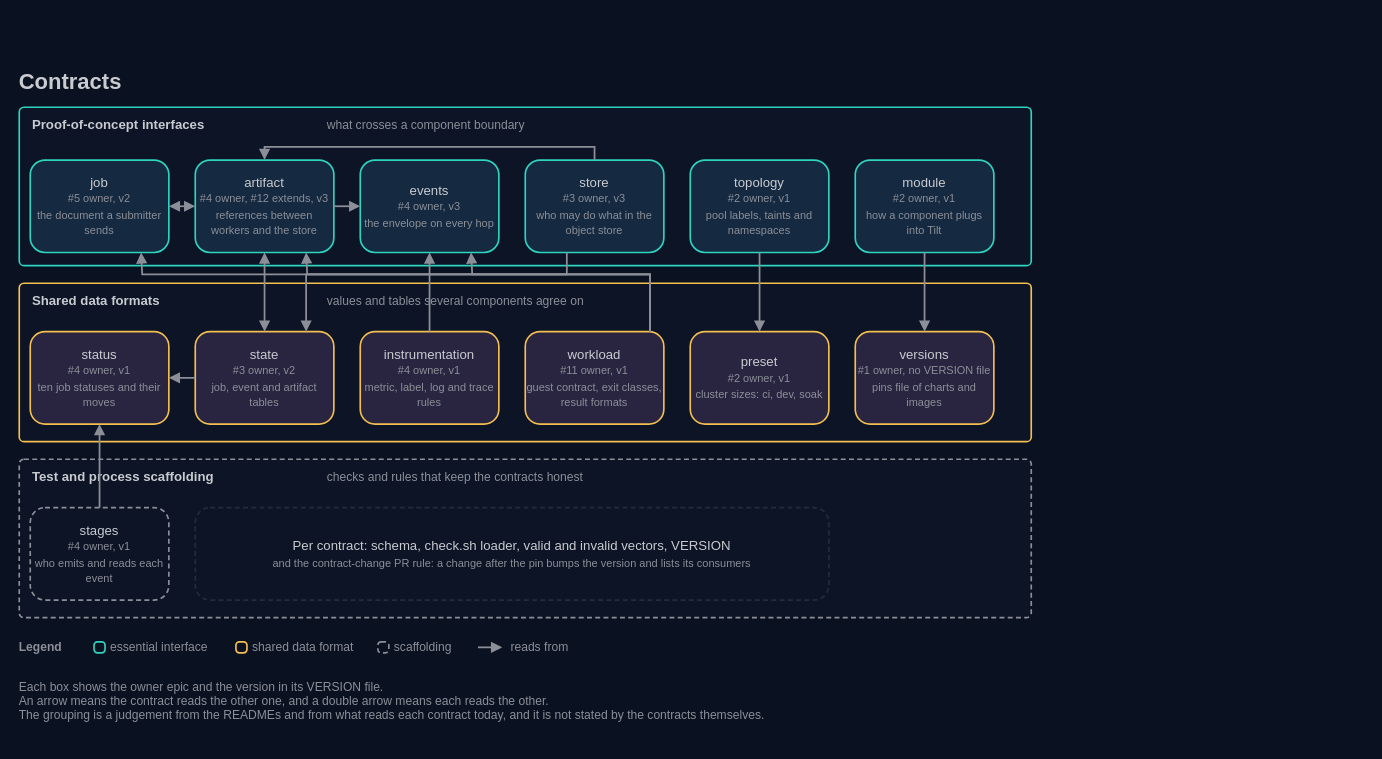
AndoNorth/wasm-dag-forge keeps this draw.io diagram as docs/architecture/15-contracts.drawio. Above is the earlier version. Source tidied: cells renumbered, new cells numbered last; positions are measured from the earlier drawing's top-left corner, leaving out a move shared by most shapes. Both pictures are drawn from the tidied source at 110%, with x=0, y=0 at pixel (19, 63).
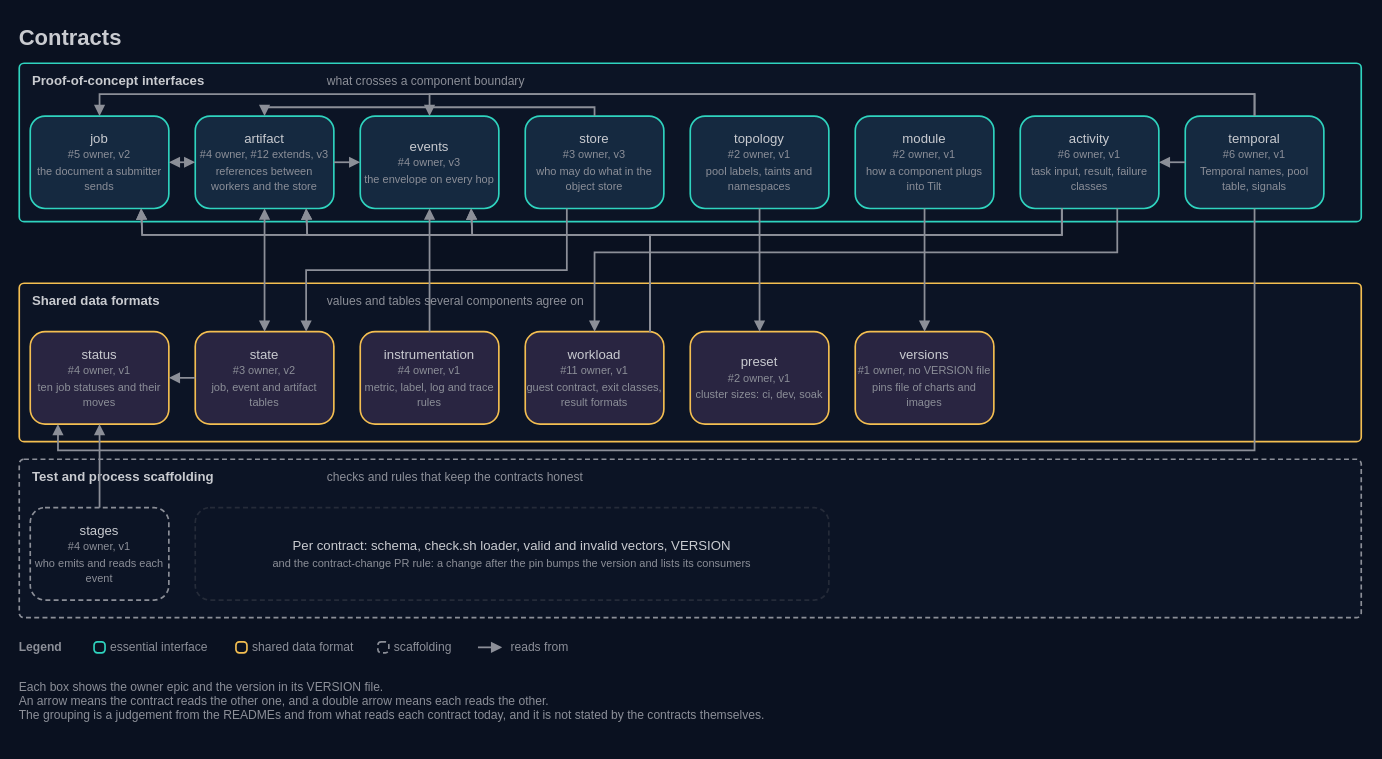
The same page after the edit.

The change refers to these unchanged cells:
```xml
<mxCell id="18" value="status&lt;br&gt;&lt;font color=&quot;#8c8f98&quot; style=&quot;font-size:10px&quot;&gt;#4 owner, v1&lt;br&gt;ten job statuses and their moves&lt;/font&gt;" style="rounded=1;arcSize=16;html=1;whiteSpace=wrap;fillColor=#292541;strokeColor=#f4bf51;strokeWidth=1.5;fontColor=#c9cbd0;fontSize=12;fontFamily=IBM Plex Sans;align=center;verticalAlign=middle;" parent="1" vertex="1">
  <mxGeometry x="10" y="244" width="126" height="84" as="geometry" />
</mxCell>
<mxCell id="19" value="state&lt;br&gt;&lt;font color=&quot;#8c8f98&quot; style=&quot;font-size:10px&quot;&gt;#3 owner, v2&lt;br&gt;job, event and artifact tables&lt;/font&gt;" style="rounded=1;arcSize=16;html=1;whiteSpace=wrap;fillColor=#292541;strokeColor=#f4bf51;strokeWidth=1.5;fontColor=#c9cbd0;fontSize=12;fontFamily=IBM Plex Sans;align=center;verticalAlign=middle;" parent="1" vertex="1">
  <mxGeometry x="160" y="244" width="126" height="84" as="geometry" />
</mxCell>
<mxCell id="25" value="workload&lt;br&gt;&lt;font color=&quot;#8c8f98&quot; style=&quot;font-size:10px&quot;&gt;#11 owner, v1&lt;br&gt;guest contract, exit classes, result formats&lt;/font&gt;" style="rounded=1;arcSize=16;html=1;whiteSpace=wrap;fillColor=#292541;strokeColor=#f4bf51;strokeWidth=1.5;fontColor=#c9cbd0;fontSize=12;fontFamily=IBM Plex Sans;align=center;verticalAlign=middle;" parent="1" vertex="1">
  <mxGeometry x="460" y="244" width="126" height="84" as="geometry" />
</mxCell>
```

Change to the diagram source:
```diff
@@
     <mxCell id="2" value="Contracts" style="text;html=1;strokeColor=none;fillColor=none;align=left;verticalAlign=middle;whiteSpace=nowrap;fontColor=#c9cbd0;fontSize=20;fontStyle=1;fontFamily=IBM Plex Sans;spacing=0;" parent="1" vertex="1">
-      <mxGeometry width="920" height="32" as="geometry" />
+      <mxGeometry y="-40" width="1220" height="32" as="geometry" />
     </mxCell>
     <mxCell id="3" style="rounded=1;arcSize=3;html=1;whiteSpace=wrap;fillColor=#0c1425;strokeColor=#2fd4bf;strokeWidth=1.5;fontColor=#c9cbd0;fontSize=12;fontFamily=IBM Plex Sans;verticalAlign=top;align=left;" parent="1" vertex="1">
-      <mxGeometry y="40" width="920" height="144" as="geometry" />
+      <mxGeometry width="1220" height="144" as="geometry" />
     </mxCell>
     <mxCell id="4" value="Proof-of-concept interfaces" style="text;html=1;strokeColor=none;fillColor=none;align=left;verticalAlign=middle;whiteSpace=nowrap;fontColor=#c9cbd0;fontSize=12;fontStyle=1;fontFamily=IBM Plex Sans;spacing=0;" parent="1" vertex="1">
-      <mxGeometry x="12" y="46" width="500" height="20" as="geometry" />
+      <mxGeometry x="12" y="6" width="500" height="20" as="geometry" />
     </mxCell>
     <mxCell id="5" value="what crosses a component boundary" style="text;html=1;strokeColor=none;fillColor=none;align=left;verticalAlign=middle;whiteSpace=nowrap;fontColor=#8c8f98;fontSize=11;fontFamily=IBM Plex Sans;spacing=0;" parent="1" vertex="1">
-      <mxGeometry x="280" y="46" width="400" height="20" as="geometry" />
+      <mxGeometry x="280" y="6" width="400" height="20" as="geometry" />
     </mxCell>
     <mxCell id="6" style="rounded=1;arcSize=3;html=1;whiteSpace=wrap;fillColor=#0c1425;strokeColor=#f4bf51;strokeWidth=1.5;fontColor=#c9cbd0;fontSize=12;fontFamily=IBM Plex Sans;verticalAlign=top;align=left;" parent="1" vertex="1">
-      <mxGeometry y="200" width="920" height="144" as="geometry" />
+      <mxGeometry y="200" width="1220" height="144" as="geometry" />
     </mxCell>
@@
     <mxCell id="9" style="rounded=1;arcSize=3;html=1;whiteSpace=wrap;fillColor=#0c1425;strokeColor=#8c8f98;strokeWidth=1.5;dashed=1;dashPattern=3 2;fontColor=#c9cbd0;fontSize=12;fontFamily=IBM Plex Sans;verticalAlign=top;align=left;" parent="1" vertex="1">
-      <mxGeometry y="360" width="920" height="144" as="geometry" />
+      <mxGeometry y="360" width="1220" height="144" as="geometry" />
     </mxCell>
@@
     <mxCell id="12" value="job&lt;br&gt;&lt;font color=&quot;#8c8f98&quot; style=&quot;font-size:10px&quot;&gt;#5 owner, v2&lt;br&gt;the document a submitter sends&lt;/font&gt;" style="rounded=1;arcSize=16;html=1;whiteSpace=wrap;fillColor=#152940;strokeColor=#2fd4bf;strokeWidth=1.5;fontColor=#c9cbd0;fontSize=12;fontFamily=IBM Plex Sans;align=center;verticalAlign=middle;" parent="1" vertex="1">
-      <mxGeometry x="10" y="88" width="126" height="84" as="geometry" />
+      <mxGeometry x="10" y="48" width="126" height="84" as="geometry" />
     </mxCell>
+    <mxCell id="49" value="activity&lt;br&gt;&lt;font color=&quot;#8c8f98&quot; style=&quot;font-size:10px&quot;&gt;#6 owner, v1&lt;br&gt;task input, result, failure classes&lt;/font&gt;" style="rounded=1;arcSize=16;html=1;whiteSpace=wrap;fillColor=#152940;strokeColor=#2fd4bf;strokeWidth=1.5;fontColor=#c9cbd0;fontSize=12;fontFamily=IBM Plex Sans;align=center;verticalAlign=middle;" parent="1" vertex="1">
+      <mxGeometry x="910" y="48" width="126" height="84" as="geometry" />
+    </mxCell>
+    <mxCell id="50" value="temporal&lt;br&gt;&lt;font color=&quot;#8c8f98&quot; style=&quot;font-size:10px&quot;&gt;#6 owner, v1&lt;br&gt;Temporal names, pool table, signals&lt;/font&gt;" style="rounded=1;arcSize=16;html=1;whiteSpace=wrap;fillColor=#152940;strokeColor=#2fd4bf;strokeWidth=1.5;fontColor=#c9cbd0;fontSize=12;fontFamily=IBM Plex Sans;align=center;verticalAlign=middle;" parent="1" vertex="1">
+      <mxGeometry x="1060" y="48" width="126" height="84" as="geometry" />
+    </mxCell>
     <mxCell id="13" value="artifact&lt;br&gt;&lt;font color=&quot;#8c8f98&quot; style=&quot;font-size:10px&quot;&gt;#4 owner, #12 extends, v3&lt;br&gt;references between workers and the store&lt;/font&gt;" style="rounded=1;arcSize=16;html=1;whiteSpace=wrap;fillColor=#152940;strokeColor=#2fd4bf;strokeWidth=1.5;fontColor=#c9cbd0;fontSize=12;fontFamily=IBM Plex Sans;align=center;verticalAlign=middle;" parent="1" vertex="1">
-      <mxGeometry x="160" y="88" width="126" height="84" as="geometry" />
+      <mxGeometry x="160" y="48" width="126" height="84" as="geometry" />
     </mxCell>
     <mxCell id="14" value="events&lt;br&gt;&lt;font color=&quot;#8c8f98&quot; style=&quot;font-size:10px&quot;&gt;#4 owner, v3&lt;br&gt;the envelope on every hop&lt;/font&gt;" style="rounded=1;arcSize=16;html=1;whiteSpace=wrap;fillColor=#152940;strokeColor=#2fd4bf;strokeWidth=1.5;fontColor=#c9cbd0;fontSize=12;fontFamily=IBM Plex Sans;align=center;verticalAlign=middle;" parent="1" vertex="1">
-      <mxGeometry x="310" y="88" width="126" height="84" as="geometry" />
+      <mxGeometry x="310" y="48" width="126" height="84" as="geometry" />
     </mxCell>
     <mxCell id="15" value="store&lt;br&gt;&lt;font color=&quot;#8c8f98&quot; style=&quot;font-size:10px&quot;&gt;#3 owner, v3&lt;br&gt;who may do what in the object store&lt;/font&gt;" style="rounded=1;arcSize=16;html=1;whiteSpace=wrap;fillColor=#152940;strokeColor=#2fd4bf;strokeWidth=1.5;fontColor=#c9cbd0;fontSize=12;fontFamily=IBM Plex Sans;align=center;verticalAlign=middle;" parent="1" vertex="1">
-      <mxGeometry x="460" y="88" width="126" height="84" as="geometry" />
+      <mxGeometry x="460" y="48" width="126" height="84" as="geometry" />
     </mxCell>
     <mxCell id="16" value="topology&lt;br&gt;&lt;font color=&quot;#8c8f98&quot; style=&quot;font-size:10px&quot;&gt;#2 owner, v1&lt;br&gt;pool labels, taints and namespaces&lt;/font&gt;" style="rounded=1;arcSize=16;html=1;whiteSpace=wrap;fillColor=#152940;strokeColor=#2fd4bf;strokeWidth=1.5;fontColor=#c9cbd0;fontSize=12;fontFamily=IBM Plex Sans;align=center;verticalAlign=middle;" parent="1" vertex="1">
-      <mxGeometry x="610" y="88" width="126" height="84" as="geometry" />
+      <mxGeometry x="610" y="48" width="126" height="84" as="geometry" />
     </mxCell>
     <mxCell id="17" value="module&lt;br&gt;&lt;font color=&quot;#8c8f98&quot; style=&quot;font-size:10px&quot;&gt;#2 owner, v1&lt;br&gt;how a component plugs into Tilt&lt;/font&gt;" style="rounded=1;arcSize=16;html=1;whiteSpace=wrap;fillColor=#152940;strokeColor=#2fd4bf;strokeWidth=1.5;fontColor=#c9cbd0;fontSize=12;fontFamily=IBM Plex Sans;align=center;verticalAlign=middle;" parent="1" vertex="1">
-      <mxGeometry x="760" y="88" width="126" height="84" as="geometry" />
+      <mxGeometry x="760" y="48" width="126" height="84" as="geometry" />
     </mxCell>
@@
     <mxCell id="26" style="endArrow=block;endFill=1;startArrow=none;startFill=1;html=1;rounded=0;strokeColor=#8c8f98;strokeWidth=1.6;exitX=0.9;exitY=0;exitDx=0;exitDy=0;entryX=0.8;entryY=1;entryDx=0;entryDy=0;" parent="1" edge="1" source="25" target="14">
       <mxGeometry relative="1" as="geometry">
         <Array as="points">
-          <mxPoint x="573.4" y="192" />
-          <mxPoint x="411.8" y="192" />
+          <mxPoint x="573.4" y="156" />
+          <mxPoint x="411.8" y="156" />
         </Array>
       </mxGeometry>
     </mxCell>
     <mxCell id="27" style="endArrow=block;endFill=1;startArrow=none;startFill=1;html=1;rounded=0;strokeColor=#8c8f98;strokeWidth=1.6;exitX=0.9;exitY=0;exitDx=0;exitDy=0;entryX=0.8;entryY=1;entryDx=0;entryDy=0;" parent="1" edge="1" source="25" target="13">
       <mxGeometry relative="1" as="geometry">
         <Array as="points">
-          <mxPoint x="573.4" y="192" />
-          <mxPoint x="261.8" y="192" />
+          <mxPoint x="573.4" y="156" />
+          <mxPoint x="261.8" y="156" />
         </Array>
       </mxGeometry>
     </mxCell>
     <mxCell id="28" style="endArrow=block;endFill=1;startArrow=none;startFill=1;html=1;rounded=0;strokeColor=#8c8f98;strokeWidth=1.6;exitX=0.9;exitY=0;exitDx=0;exitDy=0;entryX=0.8;entryY=1;entryDx=0;entryDy=0;" parent="1" edge="1" source="25" target="12">
       <mxGeometry relative="1" as="geometry">
         <Array as="points">
-          <mxPoint x="573.4" y="192" />
-          <mxPoint x="111.8" y="192" />
+          <mxPoint x="573.4" y="156" />
+          <mxPoint x="111.8" y="156" />
         </Array>
       </mxGeometry>
     </mxCell>
+    <mxCell id="51" style="endArrow=block;endFill=1;startArrow=none;startFill=1;html=1;rounded=0;strokeColor=#8c8f98;strokeWidth=1.6;exitX=0.3;exitY=1;exitDx=0;exitDy=0;entryX=0.8;entryY=1;entryDx=0;entryDy=0;" parent="1" edge="1" source="49" target="14">
+      <mxGeometry relative="1" as="geometry">
+        <Array as="points">
+          <mxPoint x="947.8" y="156" />
+          <mxPoint x="411.8" y="156" />
+        </Array>
+      </mxGeometry>
+    </mxCell>
+    <mxCell id="52" style="endArrow=block;endFill=1;startArrow=none;startFill=1;html=1;rounded=0;strokeColor=#8c8f98;strokeWidth=1.6;exitX=0.3;exitY=1;exitDx=0;exitDy=0;entryX=0.8;entryY=1;entryDx=0;entryDy=0;" parent="1" edge="1" source="49" target="13">
+      <mxGeometry relative="1" as="geometry">
+        <Array as="points">
+          <mxPoint x="947.8" y="156" />
+          <mxPoint x="261.8" y="156" />
+        </Array>
+      </mxGeometry>
+    </mxCell>
+    <mxCell id="53" style="endArrow=block;endFill=1;startArrow=none;startFill=1;html=1;rounded=0;strokeColor=#8c8f98;strokeWidth=1.6;exitX=0.3;exitY=1;exitDx=0;exitDy=0;entryX=0.8;entryY=1;entryDx=0;entryDy=0;" parent="1" edge="1" source="49" target="12">
+      <mxGeometry relative="1" as="geometry">
+        <Array as="points">
+          <mxPoint x="947.8" y="156" />
+          <mxPoint x="111.8" y="156" />
+        </Array>
+      </mxGeometry>
+    </mxCell>
+    <mxCell id="54" style="endArrow=block;endFill=1;startArrow=none;startFill=1;html=1;rounded=0;strokeColor=#8c8f98;strokeWidth=1.6;exitX=0.7;exitY=1;exitDx=0;exitDy=0;entryX=0.5;entryY=0;entryDx=0;entryDy=0;" parent="1" edge="1" source="49" target="25">
+      <mxGeometry relative="1" as="geometry">
+        <Array as="points">
+          <mxPoint x="998.2" y="172" />
+          <mxPoint x="523" y="172" />
+        </Array>
+      </mxGeometry>
+    </mxCell>
+    <mxCell id="55" style="endArrow=block;endFill=1;startArrow=none;startFill=1;html=1;rounded=0;strokeColor=#8c8f98;strokeWidth=1.6;exitX=0;exitY=0.5;exitDx=0;exitDy=0;entryX=1;entryY=0.5;entryDx=0;entryDy=0;" parent="1" edge="1" source="50" target="49">
+      <mxGeometry relative="1" as="geometry" />
+    </mxCell>
+    <mxCell id="56" style="endArrow=block;endFill=1;startArrow=none;startFill=1;html=1;rounded=0;strokeColor=#8c8f98;strokeWidth=1.6;exitX=0.5;exitY=0;exitDx=0;exitDy=0;entryX=0.5;entryY=0;entryDx=0;entryDy=0;" parent="1" edge="1" source="50" target="12">
+      <mxGeometry relative="1" as="geometry">
+        <Array as="points">
+          <mxPoint x="1123" y="28" />
+          <mxPoint x="73" y="28" />
+        </Array>
+      </mxGeometry>
+    </mxCell>
+    <mxCell id="57" style="endArrow=block;endFill=1;startArrow=none;startFill=1;html=1;rounded=0;strokeColor=#8c8f98;strokeWidth=1.6;exitX=0.5;exitY=0;exitDx=0;exitDy=0;entryX=0.5;entryY=0;entryDx=0;entryDy=0;" parent="1" edge="1" source="50" target="14">
+      <mxGeometry relative="1" as="geometry">
+        <Array as="points">
+          <mxPoint x="1123" y="28" />
+          <mxPoint x="373" y="28" />
+        </Array>
+      </mxGeometry>
+    </mxCell>
+    <mxCell id="58" style="endArrow=block;endFill=1;startArrow=none;startFill=1;html=1;rounded=0;strokeColor=#8c8f98;strokeWidth=1.6;exitX=0.5;exitY=1;exitDx=0;exitDy=0;entryX=0.2;entryY=1;entryDx=0;entryDy=0;" parent="1" edge="1" source="50" target="18">
+      <mxGeometry relative="1" as="geometry">
+        <Array as="points">
+          <mxPoint x="1123" y="352" />
+          <mxPoint x="35.2" y="352" />
+        </Array>
+      </mxGeometry>
+    </mxCell>
@@
     <mxCell id="31" style="endArrow=block;endFill=1;startArrow=none;startFill=1;html=1;rounded=0;strokeColor=#8c8f98;strokeWidth=1.6;exitX=0.5;exitY=0;exitDx=0;exitDy=0;entryX=0.5;entryY=0;entryDx=0;entryDy=0;" parent="1" edge="1" source="15" target="13">
       <mxGeometry relative="1" as="geometry">
         <Array as="points">
-          <mxPoint x="523" y="76" />
-          <mxPoint x="223" y="76" />
+          <mxPoint x="523" y="40" />
+          <mxPoint x="223" y="40" />
         </Array>
       </mxGeometry>
     </mxCell>
@@
     <mxCell id="37" style="endArrow=block;endFill=1;startArrow=none;startFill=1;html=1;rounded=0;strokeColor=#8c8f98;strokeWidth=1.6;exitX=0.3;exitY=1;exitDx=0;exitDy=0;entryX=0.8;entryY=0;entryDx=0;entryDy=0;" parent="1" edge="1" source="15" target="19">
       <mxGeometry relative="1" as="geometry">
         <Array as="points">
-          <mxPoint x="497.8" y="192" />
-          <mxPoint x="260.8" y="192" />
+          <mxPoint x="497.8" y="188" />
+          <mxPoint x="260.8" y="188" />
         </Array>
       </mxGeometry>
     </mxCell>
@@
     <mxCell id="48" value="Each box shows the owner epic and the version in its VERSION file.&lt;br&gt;An arrow means the contract reads the other one, and a double arrow means each reads the other.&lt;br&gt;The grouping is a judgement from the READMEs and from what reads each contract today, and it is not stated by the contracts themselves." style="text;html=1;strokeColor=none;fillColor=none;align=left;verticalAlign=top;whiteSpace=wrap;fontColor=#8c8f98;fontSize=11;fontFamily=IBM Plex Sans;spacing=0;" parent="1" vertex="1">
-      <mxGeometry y="556" width="920" height="60" as="geometry" />
+      <mxGeometry y="556" width="1220" height="60" as="geometry" />
     </mxCell>
```
